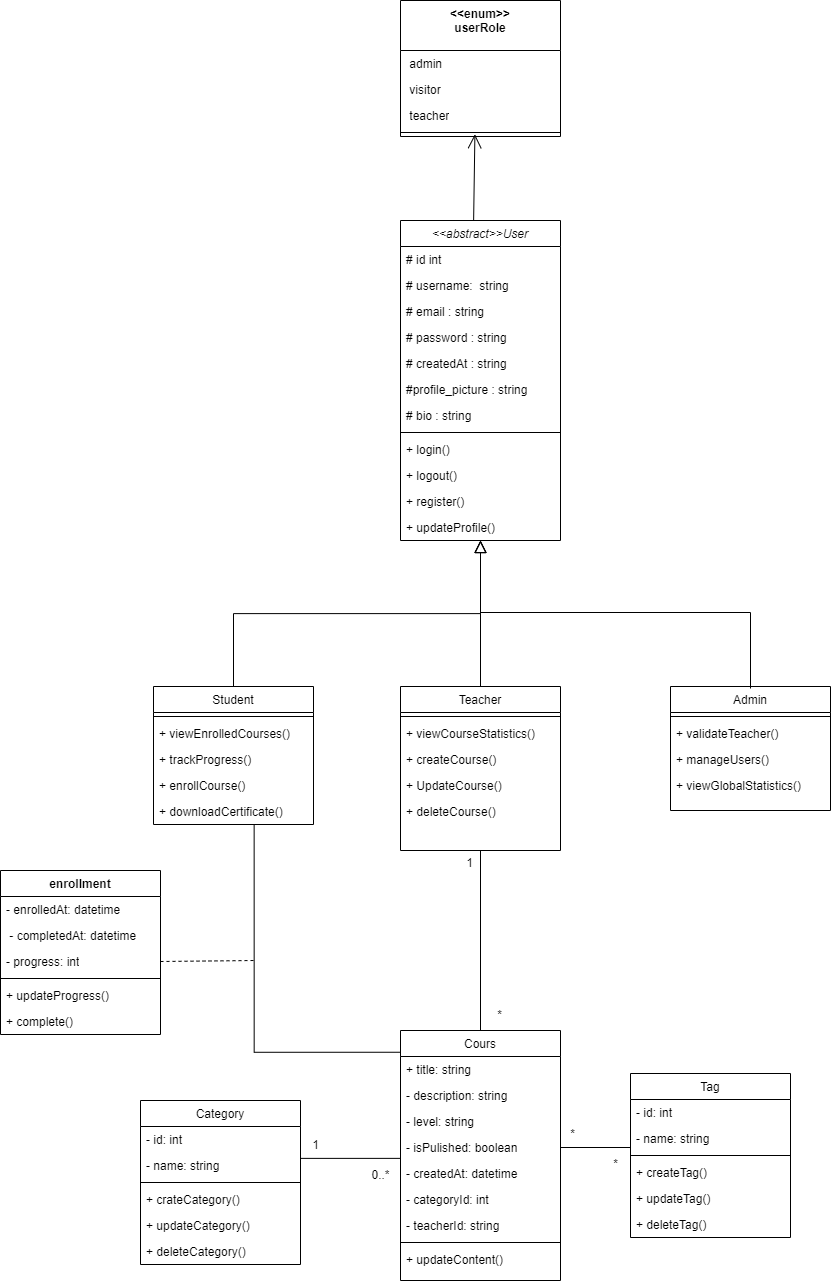
ka-amina/Youdemy keeps this draw.io diagram as UML/youdemy_class_diagram.png. Above is the earlier version. Source tidied: cells renumbered, new cells last; positions are measured from the earlier drawing's top-left corner, leaving out a move shared by most shapes.
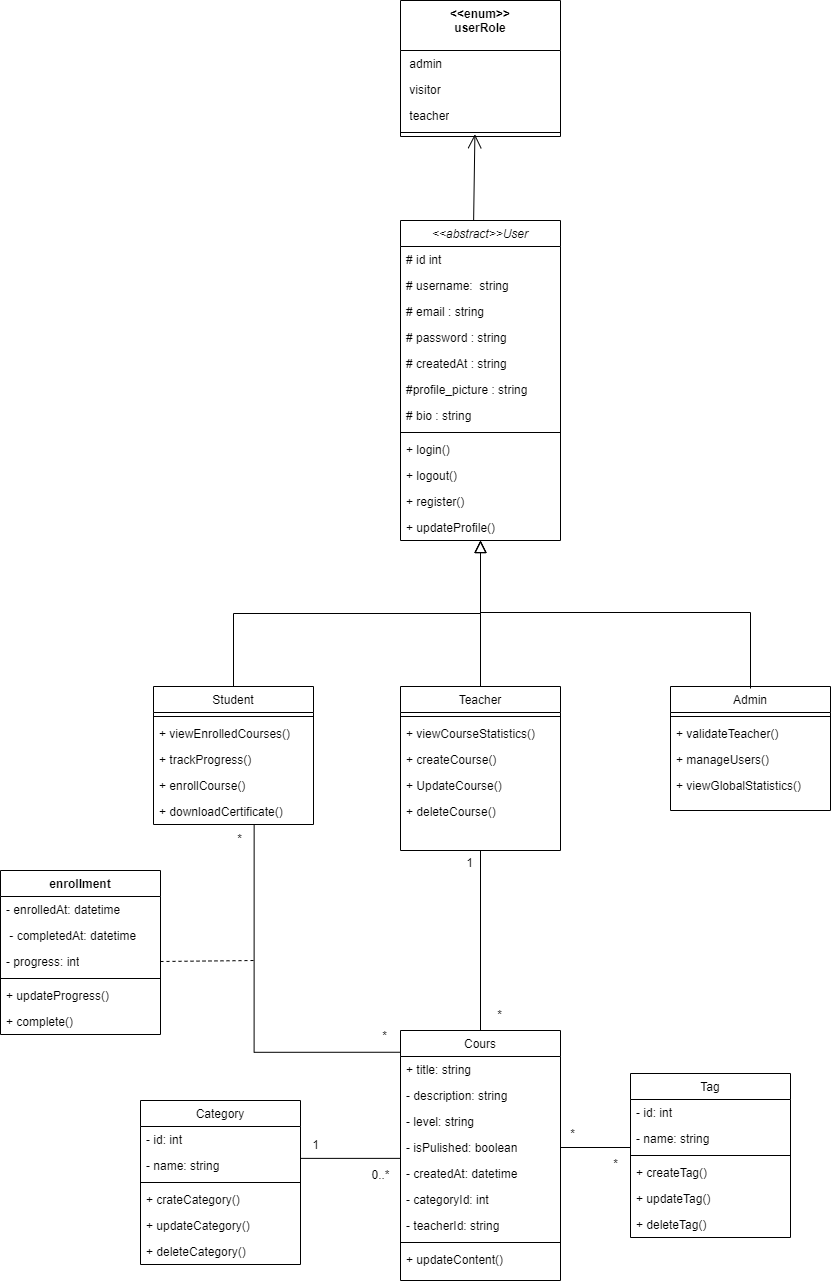
After the commit.

Commit message:
YD-30: modifier le diagramme de class en ajoutant les entites

What changed in the source:
```diff
@@ -256,5 +256,11 @@
         <mxPoint x="254" y="960" as="targetPoint" />
       </mxGeometry>
     </mxCell>
+    <mxCell id="83" value="*" style="text;html=1;align=center;verticalAlign=middle;strokeColor=none;fillColor=none;" parent="1" vertex="1">
+      <mxGeometry x="369" y="1021" width="30" height="30" as="geometry" />
+    </mxCell>
+    <mxCell id="84" value="*" style="text;html=1;align=center;verticalAlign=middle;strokeColor=none;fillColor=none;" parent="1" vertex="1">
+      <mxGeometry x="224" y="824" width="30" height="30" as="geometry" />
+    </mxCell>
   </root>
 </mxGraphModel>
```
